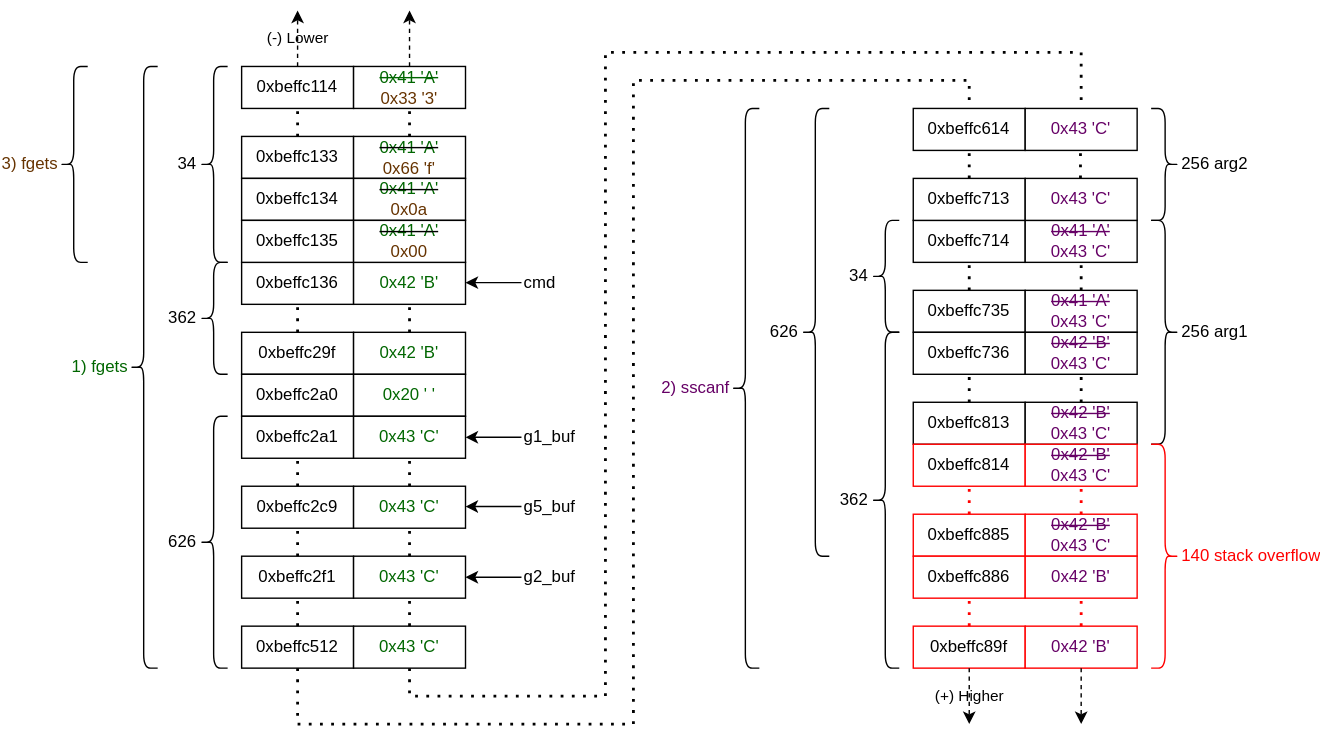
Before: images/Memory_Layout-PoV_Advanced.svg, a diagram exported from draw.io (cyber-defence-campus/netgear_r6700v3_circled). Source tidied: cells renumbered, new cells last; positions are measured from the earlier drawing's top-left corner, leaving out a move shared by most shapes.
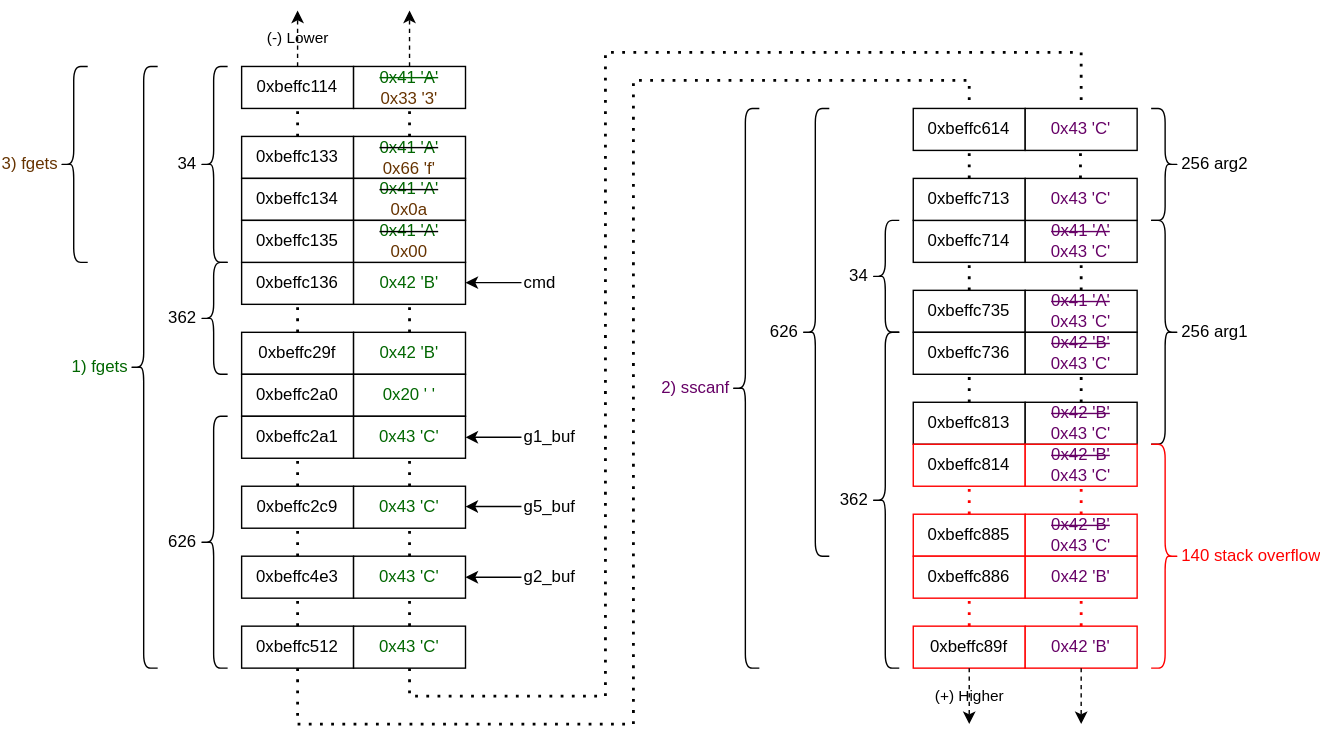
Above is the later version.

Commit message:
Address corrected

The edit, as a diff of the source:
```diff
@@ -188,7 +188,7 @@
     <mxCell id="56" value="&lt;strike&gt;&lt;font color=&quot;#006600&quot;&gt;0x41 'A'&lt;/font&gt;&lt;/strike&gt;&lt;br&gt;&lt;font color=&quot;#663300&quot;&gt;0x00&lt;br&gt;&lt;/font&gt;" style="rounded=0;whiteSpace=wrap;html=1;verticalAlign=middle;" parent="1" vertex="1">
       <mxGeometry x="210" y="150" width="80" height="30" as="geometry" />
     </mxCell>
-    <mxCell id="57" value="0xbeffc2f1" style="rounded=0;whiteSpace=wrap;html=1;verticalAlign=middle;" parent="1" vertex="1">
+    <mxCell id="57" value="0xbeffc4e3" style="rounded=0;whiteSpace=wrap;html=1;verticalAlign=middle;" parent="1" vertex="1">
       <mxGeometry x="130" y="390" width="80" height="30" as="geometry" />
     </mxCell>
     <mxCell id="58" value="0x43 'C'" style="rounded=0;whiteSpace=wrap;html=1;verticalAlign=middle;fontColor=#006600;" parent="1" vertex="1">
```
